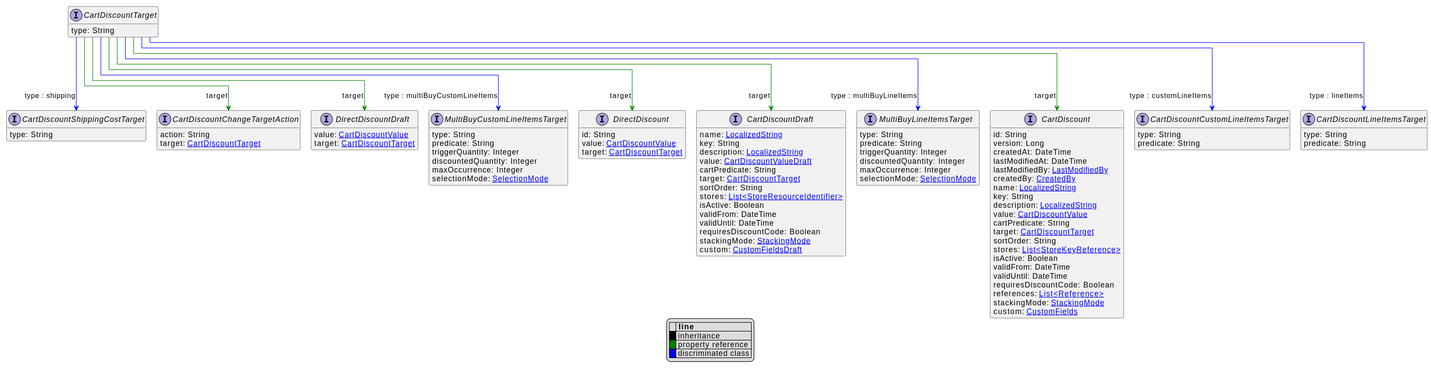
The PlantUML diagram uml/api/svg/CartDiscountTarget.svg in commercetools/commercetools-api-reference, before a commit.
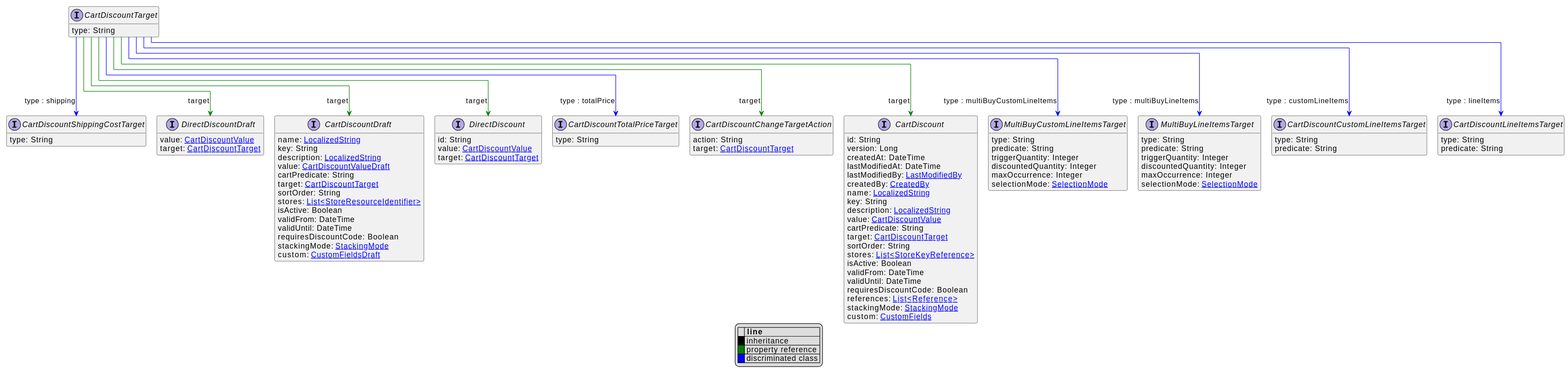
After the commit.

Change to the diagram source:
```diff
@@ -22,6 +22,9 @@
     predicate: String
 }
 interface CartDiscountShippingCostTarget [[CartDiscountShippingCostTarget.svg]]  {
+    type: String
+}
+interface CartDiscountTotalPriceTarget [[CartDiscountTotalPriceTarget.svg]]  {
     type: String
 }
 interface MultiBuyCustomLineItemsTarget [[MultiBuyCustomLineItemsTarget.svg]]  {
@@ -95,6 +98,7 @@
 CartDiscountTarget --> CartDiscountCustomLineItemsTarget #blue;text:blue : "type : customLineItems"
 CartDiscountTarget --> CartDiscountLineItemsTarget #blue;text:blue : "type : lineItems"
 CartDiscountTarget --> CartDiscountShippingCostTarget #blue;text:blue : "type : shipping"
+CartDiscountTarget --> CartDiscountTotalPriceTarget #blue;text:blue : "type : totalPrice"
 CartDiscountTarget --> MultiBuyCustomLineItemsTarget #blue;text:blue : "type : multiBuyCustomLineItems"
 CartDiscountTarget --> MultiBuyLineItemsTarget #blue;text:blue : "type : multiBuyLineItems"
 CartDiscountTarget --> CartDiscount #green;text:green : "target"
```
